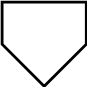
The draw.io diagram pildid/Voodiagrammi_off_page_connector.svg in Rihosepp-40B/TarkvaraArendusprotsess, before a commit. Source tidied: cells renumbered, new cells last; positions are measured from the earlier drawing's top-left corner, leaving out a move shared by most shapes. Source of this version:
```xml
<mxGraphModel>
  <root>
    <mxCell id="0" />
    <mxCell id="1" parent="0" />
    <mxCell id="2" style="verticalLabelPosition=bottom;verticalAlign=top;html=1;shape=offPageConnector;rounded=0;size=0.5;strokeColor=light-dark(#000000,#D4AF37);fillColor=none;strokeWidth=2;" parent="1" vertex="1">
      <mxGeometry width="60" height="60" as="geometry" />
    </mxCell>
  </root>
</mxGraphModel>
```
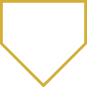
The same diagram one commit later.

What changed in the source:
```diff
@@ -2,7 +2,7 @@
   <root>
     <mxCell id="0" />
     <mxCell id="1" parent="0" />
-    <mxCell id="2" style="verticalLabelPosition=bottom;verticalAlign=top;html=1;shape=offPageConnector;rounded=0;size=0.5;strokeColor=light-dark(#000000,#D4AF37);fillColor=none;strokeWidth=2;" parent="1" vertex="1">
+    <mxCell id="2" style="verticalLabelPosition=bottom;verticalAlign=top;html=1;shape=offPageConnector;rounded=0;size=0.5;strokeColor=light-dark(#D4AF37,#D4AF37);fillColor=none;strokeWidth=2;" parent="1" vertex="1">
       <mxGeometry width="60" height="60" as="geometry" />
     </mxCell>
   </root>
```
